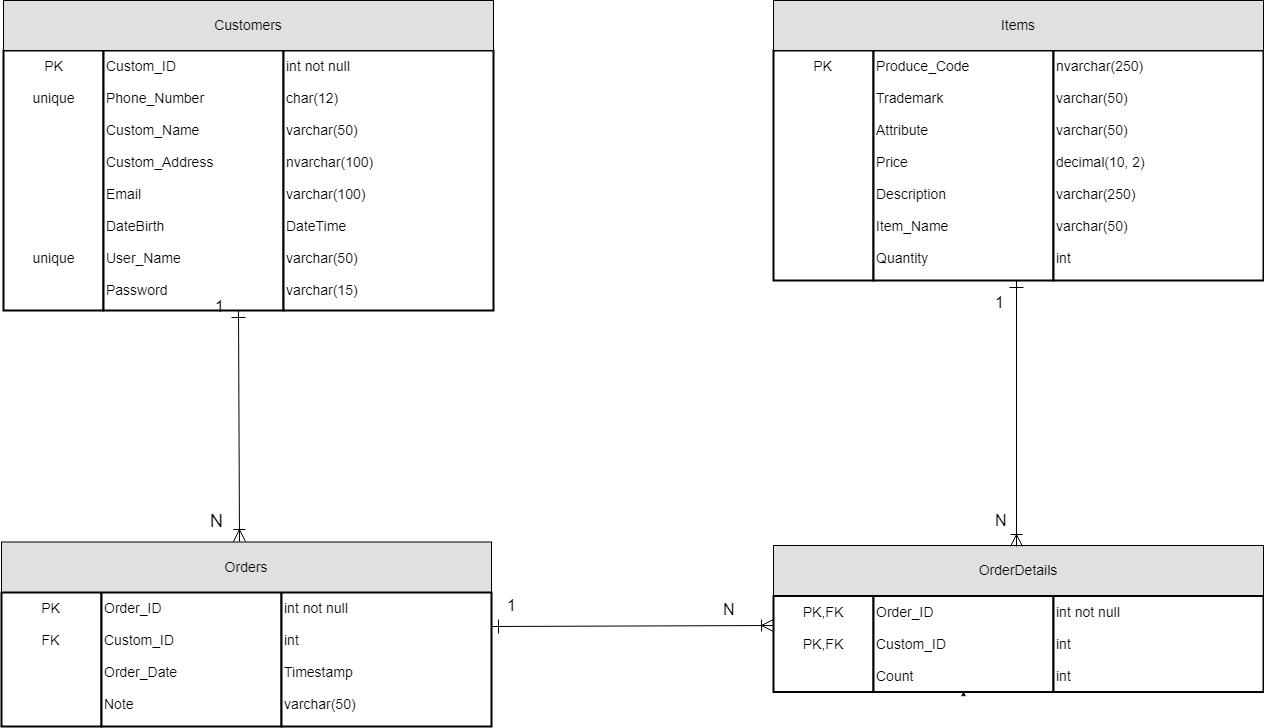
Above: Document/DataBase.png in LinhNguyennnn/Shop_HeadPhone_G03 (draw.io), before the change. Source tidied: cells renumbered, new cells last; positions are measured from the earlier drawing's top-left corner, leaving out a move shared by most shapes.
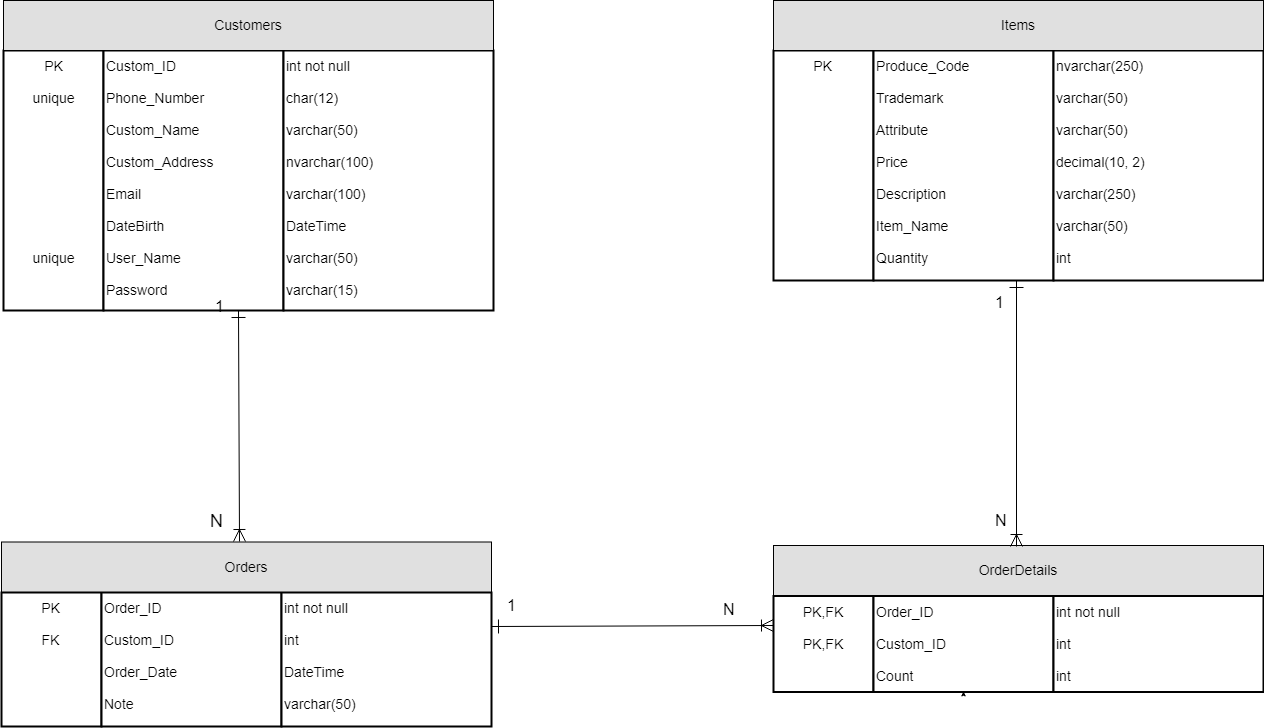
The same file after the commit.

What changed in the source:
```diff
@@ -32,7 +32,7 @@
     <mxCell id="11" value="Order_ID&lt;br&gt;&lt;br&gt;Custom_ID&lt;br&gt;&lt;br&gt;Order_Date&lt;br&gt;&lt;br&gt;Note&lt;br&gt;" style="strokeWidth=2;whiteSpace=wrap;html=1;align=left;fontSize=14;verticalAlign=top;" parent="1" vertex="1">
       <mxGeometry x="100" y="592" width="180" height="134" as="geometry" />
     </mxCell>
-    <mxCell id="12" value="int not null&lt;br&gt;&lt;br&gt;int&lt;br&gt;&lt;br&gt;Timestamp&lt;br&gt;&lt;br&gt;varchar(50)&lt;br&gt;" style="strokeWidth=2;whiteSpace=wrap;html=1;align=left;fontSize=14;verticalAlign=top;" parent="1" vertex="1">
+    <mxCell id="12" value="int not null&lt;br&gt;&lt;br&gt;int&lt;br&gt;&lt;br&gt;DateTime&lt;br&gt;&lt;br&gt;varchar(50)&lt;br&gt;" style="strokeWidth=2;whiteSpace=wrap;html=1;align=left;fontSize=14;verticalAlign=top;" parent="1" vertex="1">
       <mxGeometry x="280" y="592" width="210" height="134" as="geometry" />
     </mxCell>
     <mxCell id="13" value="Orders" style="text;align=center;verticalAlign=middle;spacingLeft=4;spacingRight=4;strokeColor=#000000;fillColor=#e0e0e0;points=[[0,0.5],[1,0.5]];portConstraint=eastwest;fontSize=14;" parent="1" vertex="1">
```
